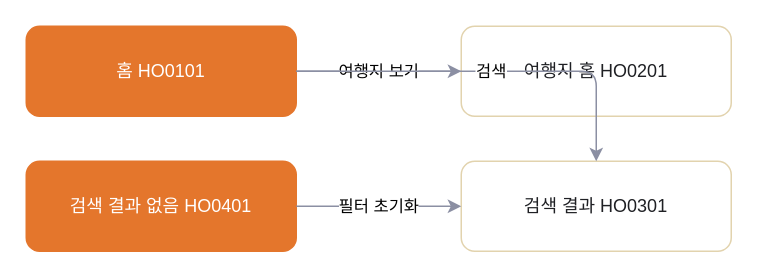
Above: page "HO 홈" (2 of 7) of 판매용_템플릿/_판매팩/여행_플러스/05_FLOW_흐름도.drawio in hyunplanb-cyber/ia-generation-platform (draw.io), before the change. Source tidied: cells renumbered, new cells numbered last; positions are measured from the earlier drawing's top-left corner, leaving out a move shared by most shapes. Both pictures are drawn from the tidied source at 150%, with x=0, y=0 at pixel (26, 26).
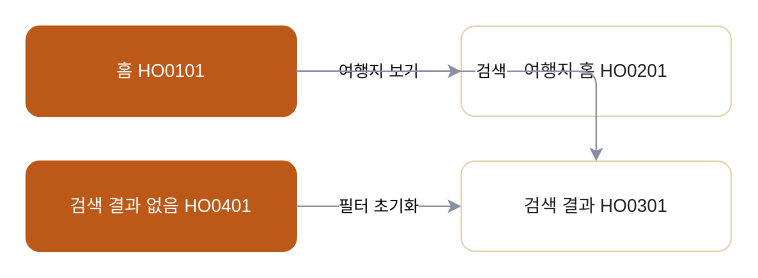
Above is the later version.

The edit, as a diff of the source:
```diff
@@
 <mxGraphModel>
   <root>
     <mxCell id="0" />
     <mxCell id="1" parent="0" />
-    <mxCell id="2" value="홈 HO0101" style="rounded=1;whiteSpace=wrap;html=1;fillColor=#E4762C;strokeColor=#E4762C;fontColor=#FFFFFF;" parent="1" vertex="1">
+    <mxCell id="2" value="홈 HO0101" style="rounded=1;whiteSpace=wrap;html=1;fillColor=#BC5918;strokeColor=#BC5918;fontColor=#FFFFFF;" parent="1" vertex="1">
       <mxGeometry width="180" height="60" as="geometry" />
     </mxCell>
     <mxCell id="3" value="여행지 홈 HO0201" style="rounded=1;whiteSpace=wrap;html=1;fillColor=#FFFFFF;strokeColor=#E2D3AE;fontColor=#1F2024;" parent="1" vertex="1">
       <mxGeometry x="290" width="180" height="60" as="geometry" />
     </mxCell>
     <mxCell id="4" value="검색 결과 HO0301" style="rounded=1;whiteSpace=wrap;html=1;fillColor=#FFFFFF;strokeColor=#E2D3AE;fontColor=#1F2024;" parent="1" vertex="1">
       <mxGeometry x="290" y="90" width="180" height="60" as="geometry" />
     </mxCell>
-    <mxCell id="5" value="검색 결과 없음 HO0401" style="rounded=1;whiteSpace=wrap;html=1;fillColor=#E4762C;strokeColor=#E4762C;fontColor=#FFFFFF;" parent="1" vertex="1">
+    <mxCell id="5" value="검색 결과 없음 HO0401" style="rounded=1;whiteSpace=wrap;html=1;fillColor=#BC5918;strokeColor=#BC5918;fontColor=#FFFFFF;" parent="1" vertex="1">
       <mxGeometry y="90" width="180" height="60" as="geometry" />
     </mxCell>
     <mxCell id="6" value="여행지 보기" style="edgeStyle=orthogonalEdgeStyle;rounded=1;html=1;strokeColor=#8B8FA3;" parent="1" edge="1" source="2" target="3">
       <mxGeometry relative="1" as="geometry" />
     </mxCell>
     <mxCell id="7" value="검색" style="edgeStyle=orthogonalEdgeStyle;rounded=1;html=1;strokeColor=#8B8FA3;" parent="1" edge="1" source="2" target="4">
       <mxGeometry relative="1" as="geometry" />
     </mxCell>
     <mxCell id="8" value="필터 초기화" style="edgeStyle=orthogonalEdgeStyle;rounded=1;html=1;strokeColor=#8B8FA3;" parent="1" edge="1" source="5" target="4">
       <mxGeometry relative="1" as="geometry" />
     </mxCell>
   </root>
 </mxGraphModel>
```
